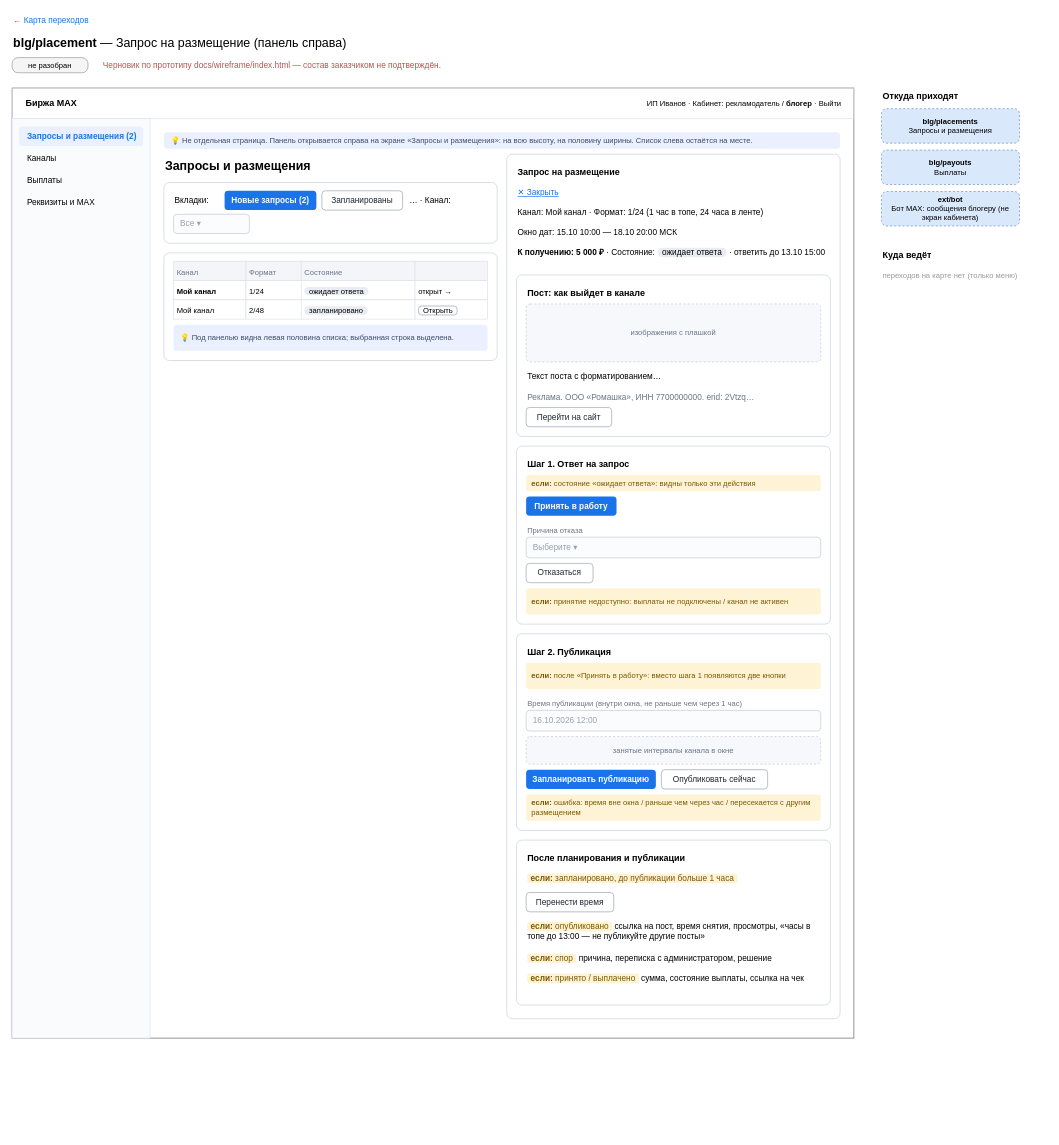
Above: page "blg/placement" (17 of 40) of docs/wireframe/screens.drawio in leha-creator/maxim (draw.io), before the change. Source tidied: cells renumbered, new cells numbered last; positions are measured from the earlier drawing's top-left corner, leaving out a move shared by most shapes. Both pictures are drawn from the tidied source at 69%, with x=0, y=0 at pixel (12, 12).
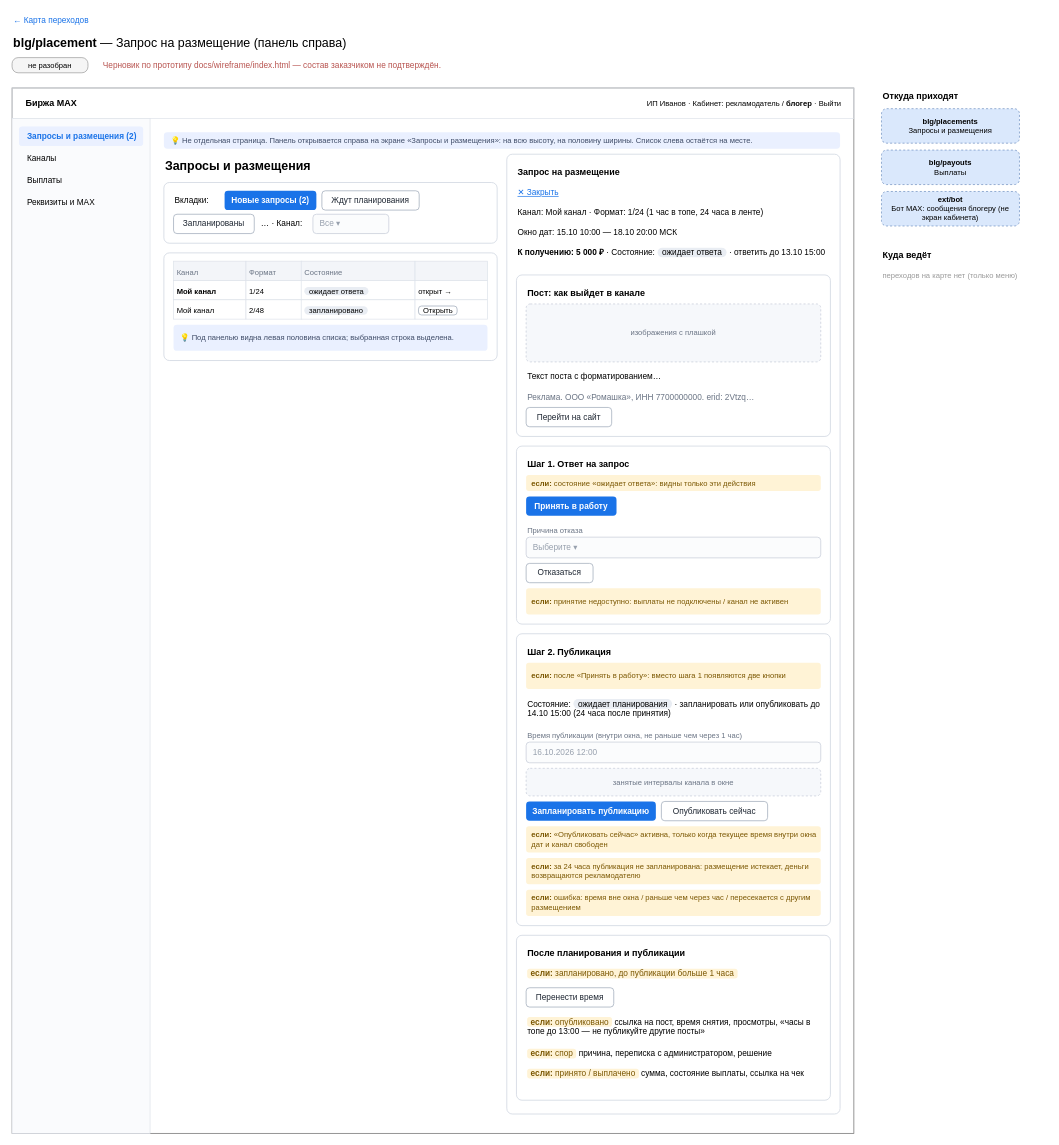
The same diagram, later.

Unchanged cells that the change refers to:
```xml
<mxCell id="16" style="rounded=1;absoluteArcSize=1;arcSize=16;whiteSpace=wrap;html=1;fillColor=#ffffff;strokeColor=#c9d1dc;" parent="6" vertex="1">
  <mxGeometry x="220" y="137" width="483" height="88" as="geometry" />
</mxCell>
<mxCell id="43" style="rounded=1;absoluteArcSize=1;arcSize=16;whiteSpace=wrap;html=1;fillColor=#ffffff;strokeColor=#c9d1dc;" parent="37" vertex="1">
  <mxGeometry x="14" y="175" width="455" height="234" as="geometry" />
</mxCell>
<mxCell id="49" style="rounded=1;absoluteArcSize=1;arcSize=16;whiteSpace=wrap;html=1;fillColor=#ffffff;strokeColor=#c9d1dc;" parent="37" vertex="1">
  <mxGeometry x="14" y="423" width="455" height="258" as="geometry" />
</mxCell>
```

Change to the diagram source:
```diff
@@
     <mxCell id="6" style="rounded=0;html=1;fillColor=#ffffff;strokeColor=#666666;" parent="1" vertex="1">
-      <mxGeometry y="110" width="1220" height="1377" as="geometry" />
+      <mxGeometry y="110" width="1220" height="1515" as="geometry" />
     </mxCell>
@@
     <mxCell id="9" style="rounded=0;html=1;fillColor=#fafbfd;strokeColor=#dde2ea;" parent="6" vertex="1">
-      <mxGeometry y="44" width="200" height="1333" as="geometry" />
+      <mxGeometry y="44" width="200" height="1471" as="geometry" />
     </mxCell>
@@
-    <mxCell id="19" value="Запланированы" style="rounded=1;absoluteArcSize=1;arcSize=10;whiteSpace=wrap;html=1;fillColor=#ffffff;strokeColor=#9aa5b5;fontColor=#1e2632;fontSize=12;" parent="16" vertex="1">
-      <mxGeometry x="229" y="12" width="117" height="28" as="geometry" />
+    <mxCell id="19" value="Ждут планирования" style="rounded=1;absoluteArcSize=1;arcSize=10;whiteSpace=wrap;html=1;fillColor=#ffffff;strokeColor=#9aa5b5;fontColor=#1e2632;fontSize=12;" parent="16" vertex="1">
+      <mxGeometry x="229" y="12" width="141" height="28" as="geometry" />
     </mxCell>
+    <mxCell id="48" value="Запланированы" style="rounded=1;absoluteArcSize=1;arcSize=10;whiteSpace=wrap;html=1;fillColor=#ffffff;strokeColor=#9aa5b5;fontColor=#1e2632;fontSize=12;" parent="16" vertex="1">
+      <mxGeometry x="14" y="46" width="117" height="28" as="geometry" />
+    </mxCell>
     <mxCell id="20" value="… · Канал:" style="text;html=1;align=left;whiteSpace=wrap;spacing=2;verticalAlign=middle;fontSize=12;" parent="16" vertex="1">
-      <mxGeometry x="354" y="12" width="69" height="28" as="geometry" />
+      <mxGeometry x="139" y="46" width="69" height="28" as="geometry" />
     </mxCell>
     <mxCell id="21" value="Все ▾" style="rounded=1;absoluteArcSize=1;arcSize=10;whiteSpace=wrap;html=1;align=left;spacingLeft=8;fillColor=#fbfcfd;strokeColor=#c3cad6;fontColor=#98a1ae;fontSize=12;" parent="16" vertex="1">
-      <mxGeometry x="14" y="46" width="110" height="28" as="geometry" />
+      <mxGeometry x="216" y="46" width="110" height="28" as="geometry" />
     </mxCell>
@@
     <mxCell id="37" style="rounded=1;absoluteArcSize=1;arcSize=16;whiteSpace=wrap;html=1;fillColor=#ffffff;strokeColor=#c9d1dc;" parent="6" vertex="1">
-      <mxGeometry x="717" y="96" width="483" height="1253" as="geometry" />
+      <mxGeometry x="717" y="96" width="483" height="1391" as="geometry" />
     </mxCell>
@@
-    <mxCell id="48" value="Перейти на сайт" style="rounded=1;absoluteArcSize=1;arcSize=10;whiteSpace=wrap;html=1;fillColor=#ffffff;strokeColor=#9aa5b5;fontColor=#1e2632;fontSize=12;" parent="43" vertex="1">
-      <mxGeometry x="14" y="192" width="124" height="28" as="geometry" />
-    </mxCell>
+    <mxCell id="52" value="Перейти на сайт" style="rounded=1;absoluteArcSize=1;arcSize=10;whiteSpace=wrap;html=1;fillColor=#ffffff;strokeColor=#9aa5b5;fontColor=#1e2632;fontSize=12;" parent="43" vertex="1">
+      <mxGeometry x="14" y="192" width="124" height="28" as="geometry" />
+    </mxCell>
@@
-    <mxCell id="52" value="Принять в работу" style="rounded=1;absoluteArcSize=1;arcSize=10;whiteSpace=wrap;html=1;fillColor=#1a73e8;strokeColor=none;fontColor=#ffffff;fontStyle=1;fontSize=12;" parent="49" vertex="1">
-      <mxGeometry x="14" y="73" width="131" height="28" as="geometry" />
-    </mxCell>
+    <mxCell id="55" value="Принять в работу" style="rounded=1;absoluteArcSize=1;arcSize=10;whiteSpace=wrap;html=1;fillColor=#1a73e8;strokeColor=none;fontColor=#ffffff;fontStyle=1;fontSize=12;" parent="49" vertex="1">
+      <mxGeometry x="14" y="73" width="131" height="28" as="geometry" />
+    </mxCell>
@@
-    <mxCell id="55" value="Отказаться" style="rounded=1;absoluteArcSize=1;arcSize=10;whiteSpace=wrap;html=1;fillColor=#ffffff;strokeColor=#9aa5b5;fontColor=#1e2632;fontSize=12;" parent="49" vertex="1">
-      <mxGeometry x="14" y="170" width="97" height="28" as="geometry" />
-    </mxCell>
+    <mxCell id="63" value="Отказаться" style="rounded=1;absoluteArcSize=1;arcSize=10;whiteSpace=wrap;html=1;fillColor=#ffffff;strokeColor=#9aa5b5;fontColor=#1e2632;fontSize=12;" parent="49" vertex="1">
+      <mxGeometry x="14" y="170" width="97" height="28" as="geometry" />
+    </mxCell>
@@
     <mxCell id="57" style="rounded=1;absoluteArcSize=1;arcSize=16;whiteSpace=wrap;html=1;fillColor=#ffffff;strokeColor=#c9d1dc;" parent="37" vertex="1">
-      <mxGeometry x="14" y="695" width="455" height="285" as="geometry" />
+      <mxGeometry x="14" y="695" width="455" height="423" as="geometry" />
     </mxCell>
@@
+    <mxCell id="68" value="Состояние: &lt;span style=&quot;background-color:#e9edf3;border-radius:9px;padding:0 7px;&quot;&gt;ожидает планирования&lt;/span&gt; · запланировать или опубликовать до 14.10 15:00 (24 часа после принятия)" style="text;html=1;align=left;whiteSpace=wrap;spacing=2;verticalAlign=top;fontSize=12;" parent="57" vertex="1">
+      <mxGeometry x="14" y="88" width="427" height="40" as="geometry" />
+    </mxCell>
     <mxCell id="60" value="Время публикации (внутри окна, не раньше чем через 1 час)" style="text;html=1;align=left;whiteSpace=wrap;spacing=2;verticalAlign=top;fontSize=11;fontColor=#6a7484;" parent="57" vertex="1">
-      <mxGeometry x="14" y="88" width="427" height="21" as="geometry" />
+      <mxGeometry x="14" y="134" width="427" height="21" as="geometry" />
     </mxCell>
     <mxCell id="61" value="16.10.2026 12:00" style="rounded=1;absoluteArcSize=1;arcSize=10;whiteSpace=wrap;html=1;align=left;spacingLeft=8;fillColor=#fbfcfd;strokeColor=#c3cad6;fontColor=#98a1ae;fontSize=12;" parent="57" vertex="1">
-      <mxGeometry x="14" y="111" width="427" height="30" as="geometry" />
+      <mxGeometry x="14" y="157" width="427" height="30" as="geometry" />
     </mxCell>
     <mxCell id="62" value="занятые интервалы канала в окне" style="rounded=1;absoluteArcSize=1;arcSize=12;whiteSpace=wrap;html=1;dashed=1;fillColor=#f6f8fb;strokeColor=#c3cad6;fontColor=#6a7484;fontSize=11;" parent="57" vertex="1">
-      <mxGeometry x="14" y="149" width="427" height="40" as="geometry" />
+      <mxGeometry x="14" y="195" width="427" height="40" as="geometry" />
     </mxCell>
-    <mxCell id="63" value="Запланировать публикацию" style="rounded=1;absoluteArcSize=1;arcSize=10;whiteSpace=wrap;html=1;fillColor=#1a73e8;strokeColor=none;fontColor=#ffffff;fontStyle=1;fontSize=12;" parent="57" vertex="1">
-      <mxGeometry x="14" y="197" width="188" height="28" as="geometry" />
-    </mxCell>
-    <mxCell id="64" value="Опубликовать сейчас" style="rounded=1;absoluteArcSize=1;arcSize=10;whiteSpace=wrap;html=1;fillColor=#ffffff;strokeColor=#9aa5b5;fontColor=#1e2632;fontSize=12;" parent="57" vertex="1">
-      <mxGeometry x="210" y="197" width="154" height="28" as="geometry" />
+    <mxCell id="64" value="Запланировать публикацию" style="rounded=1;absoluteArcSize=1;arcSize=10;whiteSpace=wrap;html=1;fillColor=#1a73e8;strokeColor=none;fontColor=#ffffff;fontStyle=1;fontSize=12;" parent="57" vertex="1">
+      <mxGeometry x="14" y="243" width="188" height="28" as="geometry" />
     </mxCell>
+    <mxCell id="69" value="Опубликовать сейчас" style="rounded=1;absoluteArcSize=1;arcSize=10;whiteSpace=wrap;html=1;fillColor=#ffffff;strokeColor=#9aa5b5;fontColor=#1e2632;fontSize=12;" parent="57" vertex="1">
+      <mxGeometry x="210" y="243" width="154" height="28" as="geometry" />
+    </mxCell>
-    <mxCell id="65" value="&lt;b&gt;если:&lt;/b&gt; ошибка: время вне окна / раньше чем через час / пересекается с другим размещением" style="rounded=1;absoluteArcSize=1;arcSize=8;whiteSpace=wrap;html=1;align=left;spacingLeft=6;fillColor=#fff3d6;strokeColor=none;fontColor=#7a5600;fontSize=11;" parent="57" vertex="1">
-      <mxGeometry x="14" y="233" width="427" height="38" as="geometry" />
+    <mxCell id="65" value="&lt;b&gt;если:&lt;/b&gt; «Опубликовать сейчас» активна, только когда текущее время внутри окна дат и канал свободен" style="rounded=1;absoluteArcSize=1;arcSize=8;whiteSpace=wrap;html=1;align=left;spacingLeft=6;fillColor=#fff3d6;strokeColor=none;fontColor=#7a5600;fontSize=11;" parent="57" vertex="1">
+      <mxGeometry x="14" y="279" width="427" height="38" as="geometry" />
     </mxCell>
+    <mxCell id="79" value="&lt;b&gt;если:&lt;/b&gt; за 24 часа публикация не запланирована: размещение истекает, деньги возвращаются рекламодателю" style="rounded=1;absoluteArcSize=1;arcSize=8;whiteSpace=wrap;html=1;align=left;spacingLeft=6;fillColor=#fff3d6;strokeColor=none;fontColor=#7a5600;fontSize=11;" parent="57" vertex="1">
+      <mxGeometry x="14" y="325" width="427" height="38" as="geometry" />
+    </mxCell>
+    <mxCell id="80" value="&lt;b&gt;если:&lt;/b&gt; ошибка: время вне окна / раньше чем через час / пересекается с другим размещением" style="rounded=1;absoluteArcSize=1;arcSize=8;whiteSpace=wrap;html=1;align=left;spacingLeft=6;fillColor=#fff3d6;strokeColor=none;fontColor=#7a5600;fontSize=11;" parent="57" vertex="1">
+      <mxGeometry x="14" y="371" width="427" height="38" as="geometry" />
+    </mxCell>
     <mxCell id="66" style="rounded=1;absoluteArcSize=1;arcSize=16;whiteSpace=wrap;html=1;fillColor=#ffffff;strokeColor=#c9d1dc;" parent="37" vertex="1">
-      <mxGeometry x="14" y="994" width="455" height="239" as="geometry" />
+      <mxGeometry x="14" y="1132" width="455" height="239" as="geometry" />
     </mxCell>
@@
-    <mxCell id="68" value="&lt;span style=&quot;background-color:#fff3d6;color:#7a5600;border-radius:4px;padding:0 5px;&quot;&gt;&lt;b&gt;если:&lt;/b&gt; запланировано, до публикации больше 1 часа&lt;/span&gt;" style="text;html=1;align=left;whiteSpace=wrap;spacing=2;verticalAlign=middle;fontSize=12;" parent="66" vertex="1">
-      <mxGeometry x="14" y="42" width="331" height="28" as="geometry" />
-    </mxCell>
-    <mxCell id="69" value="Перенести время" style="rounded=1;absoluteArcSize=1;arcSize=10;whiteSpace=wrap;html=1;fillColor=#ffffff;strokeColor=#9aa5b5;fontColor=#1e2632;fontSize=12;" parent="66" vertex="1">
-      <mxGeometry x="14" y="76" width="127" height="28" as="geometry" />
-    </mxCell>
-    <mxCell id="70" value="&lt;span style=&quot;background-color:#fff3d6;color:#7a5600;border-radius:4px;padding:0 5px;&quot;&gt;&lt;b&gt;если:&lt;/b&gt; опубликовано&lt;/span&gt; ссылка на пост, время снятия, просмотры, «часы в топе до 13:00 — не публикуйте другие посты»" style="text;html=1;align=left;whiteSpace=wrap;spacing=2;verticalAlign=top;fontSize=12;" parent="66" vertex="1">
-      <mxGeometry x="14" y="112" width="427" height="40" as="geometry" />
+    <mxCell id="70" value="&lt;span style=&quot;background-color:#fff3d6;color:#7a5600;border-radius:4px;padding:0 5px;&quot;&gt;&lt;b&gt;если:&lt;/b&gt; запланировано, до публикации больше 1 часа&lt;/span&gt;" style="text;html=1;align=left;whiteSpace=wrap;spacing=2;verticalAlign=middle;fontSize=12;" parent="66" vertex="1">
+      <mxGeometry x="14" y="42" width="331" height="28" as="geometry" />
     </mxCell>
+    <mxCell id="81" value="Перенести время" style="rounded=1;absoluteArcSize=1;arcSize=10;whiteSpace=wrap;html=1;fillColor=#ffffff;strokeColor=#9aa5b5;fontColor=#1e2632;fontSize=12;" parent="66" vertex="1">
+      <mxGeometry x="14" y="76" width="127" height="28" as="geometry" />
+    </mxCell>
-    <mxCell id="71" value="&lt;span style=&quot;background-color:#fff3d6;color:#7a5600;border-radius:4px;padding:0 5px;&quot;&gt;&lt;b&gt;если:&lt;/b&gt; спор&lt;/span&gt; причина, переписка с администратором, решение" style="text;html=1;align=left;whiteSpace=wrap;spacing=2;verticalAlign=top;fontSize=12;" parent="66" vertex="1">
-      <mxGeometry x="14" y="158" width="427" height="23" as="geometry" />
+    <mxCell id="71" value="&lt;span style=&quot;background-color:#fff3d6;color:#7a5600;border-radius:4px;padding:0 5px;&quot;&gt;&lt;b&gt;если:&lt;/b&gt; опубликовано&lt;/span&gt; ссылка на пост, время снятия, просмотры, «часы в топе до 13:00 — не публикуйте другие посты»" style="text;html=1;align=left;whiteSpace=wrap;spacing=2;verticalAlign=top;fontSize=12;" parent="66" vertex="1">
+      <mxGeometry x="14" y="112" width="427" height="40" as="geometry" />
     </mxCell>
-    <mxCell id="72" value="&lt;span style=&quot;background-color:#fff3d6;color:#7a5600;border-radius:4px;padding:0 5px;&quot;&gt;&lt;b&gt;если:&lt;/b&gt; принято / выплачено&lt;/span&gt; сумма, состояние выплаты, ссылка на чек" style="text;html=1;align=left;whiteSpace=wrap;spacing=2;verticalAlign=top;fontSize=12;" parent="66" vertex="1">
-      <mxGeometry x="14" y="187" width="427" height="40" as="geometry" />
+    <mxCell id="72" value="&lt;span style=&quot;background-color:#fff3d6;color:#7a5600;border-radius:4px;padding:0 5px;&quot;&gt;&lt;b&gt;если:&lt;/b&gt; спор&lt;/span&gt; причина, переписка с администратором, решение" style="text;html=1;align=left;whiteSpace=wrap;spacing=2;verticalAlign=top;fontSize=12;" parent="66" vertex="1">
+      <mxGeometry x="14" y="158" width="427" height="23" as="geometry" />
     </mxCell>
+    <mxCell id="82" value="&lt;span style=&quot;background-color:#fff3d6;color:#7a5600;border-radius:4px;padding:0 5px;&quot;&gt;&lt;b&gt;если:&lt;/b&gt; принято / выплачено&lt;/span&gt; сумма, состояние выплаты, ссылка на чек" style="text;html=1;align=left;whiteSpace=wrap;spacing=2;verticalAlign=top;fontSize=12;" parent="66" vertex="1">
+      <mxGeometry x="14" y="187" width="427" height="40" as="geometry" />
+    </mxCell>
```
